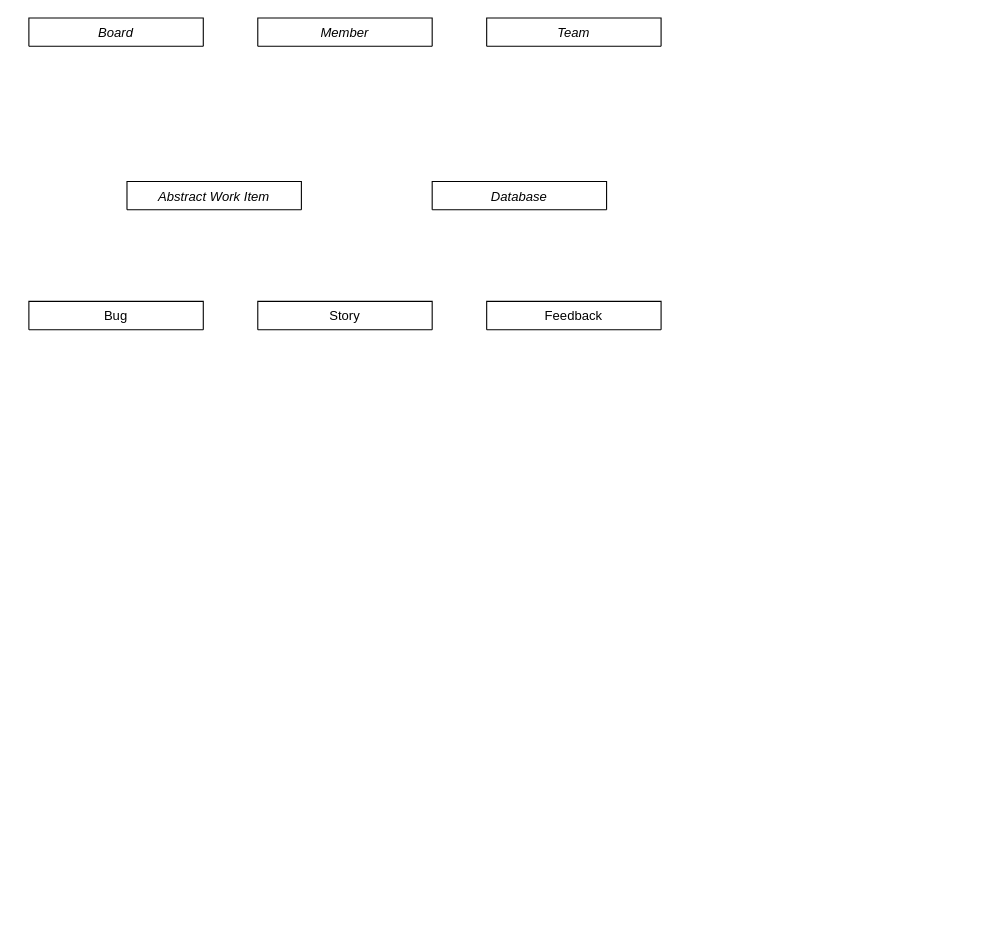
vixbg/WMI14 keeps this draw.io diagram as Calss Diagram/WMI14_models.drawio. Above is the earlier version. Source tidied: cells renumbered, new cells numbered last; positions are measured from the earlier drawing's top-left corner, leaving out a move shared by most shapes. Both pictures are drawn from the tidied source at 109%, with x=0, y=0 at pixel (28, 17).
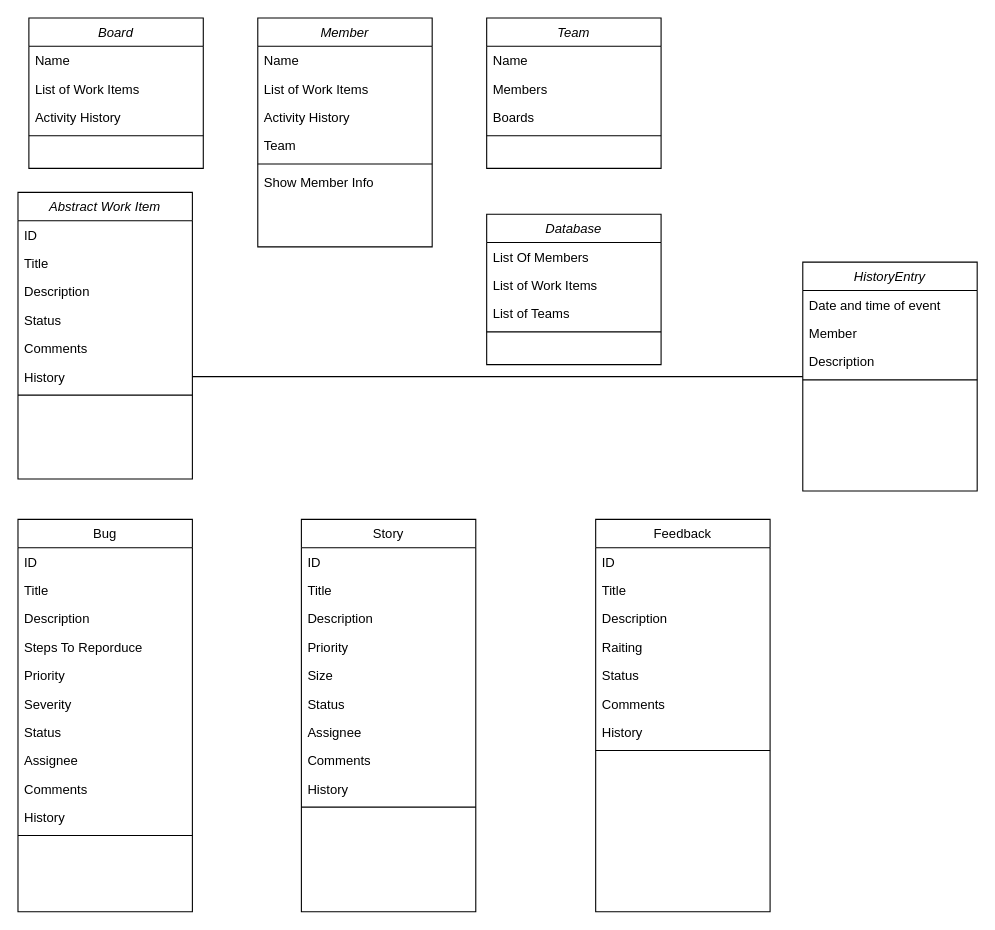
The same page after the edit.

What changed in the source:
```diff
@@
-    <mxCell id="2" value="Team" style="swimlane;fontStyle=2;align=center;verticalAlign=top;horizontal=1;startSize=26;rounded=0;shadow=0;strokeWidth=1;" parent="1" vertex="1" collapsed="1">
-      <mxGeometry x="420" width="160" height="26" as="geometry" />
+    <mxCell id="2" value="Team" style="swimlane;fontStyle=2;align=center;verticalAlign=top;horizontal=1;startSize=26;rounded=0;shadow=0;strokeWidth=1;" parent="1" vertex="1">
+      <mxGeometry x="420" width="160" height="138" as="geometry" />
     </mxCell>
+    <mxCell id="10" value="Name" style="text;align=left;verticalAlign=top;spacingLeft=4;spacingRight=4;overflow=hidden;" parent="2" vertex="1">
+      <mxGeometry y="26" width="160" height="26" as="geometry" />
+    </mxCell>
+    <mxCell id="11" value="Members" style="text;align=left;verticalAlign=top;spacingLeft=4;spacingRight=4;overflow=hidden;rounded=0;shadow=0;html=0;" parent="2" vertex="1">
+      <mxGeometry y="52" width="160" height="26" as="geometry" />
+    </mxCell>
+    <mxCell id="12" value="Boards" style="text;align=left;verticalAlign=top;spacingLeft=4;spacingRight=4;overflow=hidden;rounded=0;shadow=0;html=0;" parent="2" vertex="1">
+      <mxGeometry y="78" width="160" height="26" as="geometry" />
+    </mxCell>
+    <mxCell id="13" style="line;html=1;strokeWidth=1;align=left;verticalAlign=middle;spacingTop=-1;spacingLeft=3;spacingRight=3;labelPosition=right;" parent="2" vertex="1">
+      <mxGeometry y="104" width="160" height="8" as="geometry" />
+    </mxCell>
-    <mxCell id="3" value="Bug" style="swimlane;fontStyle=0;align=center;verticalAlign=top;horizontal=1;startSize=26;rounded=0;shadow=0;strokeWidth=1;" parent="1" vertex="1" collapsed="1">
-      <mxGeometry y="260" width="160" height="26" as="geometry" />
+    <mxCell id="3" value="Bug" style="swimlane;fontStyle=0;align=center;verticalAlign=top;horizontal=1;startSize=26;rounded=0;shadow=0;strokeWidth=1;" parent="1" vertex="1">
+      <mxGeometry x="-10" y="460" width="160" height="360" as="geometry" />
     </mxCell>
+    <mxCell id="14" value="ID" style="text;align=left;verticalAlign=top;spacingLeft=4;spacingRight=4;overflow=hidden;" parent="3" vertex="1">
+      <mxGeometry y="26" width="160" height="26" as="geometry" />
+    </mxCell>
+    <mxCell id="15" value="Title" style="text;align=left;verticalAlign=top;spacingLeft=4;spacingRight=4;overflow=hidden;rounded=0;shadow=0;html=0;" parent="3" vertex="1">
+      <mxGeometry y="52" width="160" height="26" as="geometry" />
+    </mxCell>
+    <mxCell id="16" value="Description" style="text;align=left;verticalAlign=top;spacingLeft=4;spacingRight=4;overflow=hidden;rounded=0;shadow=0;html=0;" parent="3" vertex="1">
+      <mxGeometry y="78" width="160" height="26" as="geometry" />
+    </mxCell>
+    <mxCell id="17" value="Steps To Reporduce" style="text;align=left;verticalAlign=top;spacingLeft=4;spacingRight=4;overflow=hidden;rounded=0;shadow=0;html=0;" parent="3" vertex="1">
+      <mxGeometry y="104" width="160" height="26" as="geometry" />
+    </mxCell>
+    <mxCell id="18" value="Priority" style="text;align=left;verticalAlign=top;spacingLeft=4;spacingRight=4;overflow=hidden;rounded=0;shadow=0;html=0;" parent="3" vertex="1">
+      <mxGeometry y="130" width="160" height="26" as="geometry" />
+    </mxCell>
+    <mxCell id="19" value="Severity" style="text;align=left;verticalAlign=top;spacingLeft=4;spacingRight=4;overflow=hidden;" parent="3" vertex="1">
+      <mxGeometry y="156" width="160" height="26" as="geometry" />
+    </mxCell>
+    <mxCell id="20" value="Status" style="text;align=left;verticalAlign=top;spacingLeft=4;spacingRight=4;overflow=hidden;" parent="3" vertex="1">
+      <mxGeometry y="182" width="160" height="26" as="geometry" />
+    </mxCell>
+    <mxCell id="21" value="Assignee" style="text;align=left;verticalAlign=top;spacingLeft=4;spacingRight=4;overflow=hidden;" parent="3" vertex="1">
+      <mxGeometry y="208" width="160" height="26" as="geometry" />
+    </mxCell>
+    <mxCell id="22" value="Comments" style="text;align=left;verticalAlign=top;spacingLeft=4;spacingRight=4;overflow=hidden;" parent="3" vertex="1">
+      <mxGeometry y="234" width="160" height="26" as="geometry" />
+    </mxCell>
+    <mxCell id="23" value="History" style="text;align=left;verticalAlign=top;spacingLeft=4;spacingRight=4;overflow=hidden;" parent="3" vertex="1">
+      <mxGeometry y="260" width="160" height="26" as="geometry" />
+    </mxCell>
+    <mxCell id="24" style="line;html=1;strokeWidth=1;align=left;verticalAlign=middle;spacingTop=-1;spacingLeft=3;spacingRight=3;labelPosition=right;" parent="3" vertex="1">
+      <mxGeometry y="286" width="160" height="8" as="geometry" />
+    </mxCell>
-    <mxCell id="4" value="Story" style="swimlane;fontStyle=0;align=center;verticalAlign=top;horizontal=1;startSize=26;rounded=0;shadow=0;strokeWidth=1;" parent="1" vertex="1" collapsed="1">
-      <mxGeometry x="210" y="260" width="160" height="26" as="geometry" />
+    <mxCell id="4" value="Story" style="swimlane;fontStyle=0;align=center;verticalAlign=top;horizontal=1;startSize=26;rounded=0;shadow=0;strokeWidth=1;" parent="1" vertex="1">
+      <mxGeometry x="250" y="460" width="160" height="360" as="geometry" />
     </mxCell>
+    <mxCell id="25" value="ID" style="text;align=left;verticalAlign=top;spacingLeft=4;spacingRight=4;overflow=hidden;" parent="4" vertex="1">
+      <mxGeometry y="26" width="160" height="26" as="geometry" />
+    </mxCell>
+    <mxCell id="26" value="Title" style="text;align=left;verticalAlign=top;spacingLeft=4;spacingRight=4;overflow=hidden;rounded=0;shadow=0;html=0;" parent="4" vertex="1">
+      <mxGeometry y="52" width="160" height="26" as="geometry" />
+    </mxCell>
+    <mxCell id="27" value="Description" style="text;align=left;verticalAlign=top;spacingLeft=4;spacingRight=4;overflow=hidden;rounded=0;shadow=0;html=0;" parent="4" vertex="1">
+      <mxGeometry y="78" width="160" height="26" as="geometry" />
+    </mxCell>
+    <mxCell id="28" value="Priority" style="text;align=left;verticalAlign=top;spacingLeft=4;spacingRight=4;overflow=hidden;rounded=0;shadow=0;html=0;" parent="4" vertex="1">
+      <mxGeometry y="104" width="160" height="26" as="geometry" />
+    </mxCell>
+    <mxCell id="29" value="Size" style="text;align=left;verticalAlign=top;spacingLeft=4;spacingRight=4;overflow=hidden;rounded=0;shadow=0;html=0;" parent="4" vertex="1">
+      <mxGeometry y="130" width="160" height="26" as="geometry" />
+    </mxCell>
+    <mxCell id="30" value="Status" style="text;align=left;verticalAlign=top;spacingLeft=4;spacingRight=4;overflow=hidden;" parent="4" vertex="1">
+      <mxGeometry y="156" width="160" height="26" as="geometry" />
+    </mxCell>
+    <mxCell id="31" value="Assignee" style="text;align=left;verticalAlign=top;spacingLeft=4;spacingRight=4;overflow=hidden;" parent="4" vertex="1">
+      <mxGeometry y="182" width="160" height="26" as="geometry" />
+    </mxCell>
+    <mxCell id="32" value="Comments" style="text;align=left;verticalAlign=top;spacingLeft=4;spacingRight=4;overflow=hidden;" parent="4" vertex="1">
+      <mxGeometry y="208" width="160" height="26" as="geometry" />
+    </mxCell>
+    <mxCell id="33" value="History" style="text;align=left;verticalAlign=top;spacingLeft=4;spacingRight=4;overflow=hidden;" parent="4" vertex="1">
+      <mxGeometry y="234" width="160" height="26" as="geometry" />
+    </mxCell>
+    <mxCell id="34" style="line;html=1;strokeWidth=1;align=left;verticalAlign=middle;spacingTop=-1;spacingLeft=3;spacingRight=3;labelPosition=right;" parent="4" vertex="1">
+      <mxGeometry y="260" width="160" height="8" as="geometry" />
+    </mxCell>
-    <mxCell id="5" value="Feedback" style="swimlane;fontStyle=0;align=center;verticalAlign=top;horizontal=1;startSize=26;rounded=0;shadow=0;strokeWidth=1;" parent="1" vertex="1" collapsed="1">
-      <mxGeometry x="420" y="260" width="160" height="26" as="geometry" />
+    <mxCell id="5" value="Feedback" style="swimlane;fontStyle=0;align=center;verticalAlign=top;horizontal=1;startSize=26;rounded=0;shadow=0;strokeWidth=1;" parent="1" vertex="1">
+      <mxGeometry x="520" y="460" width="160" height="360" as="geometry" />
     </mxCell>
+    <mxCell id="35" value="ID" style="text;align=left;verticalAlign=top;spacingLeft=4;spacingRight=4;overflow=hidden;" parent="5" vertex="1">
+      <mxGeometry y="26" width="160" height="26" as="geometry" />
+    </mxCell>
+    <mxCell id="36" value="Title" style="text;align=left;verticalAlign=top;spacingLeft=4;spacingRight=4;overflow=hidden;rounded=0;shadow=0;html=0;" parent="5" vertex="1">
+      <mxGeometry y="52" width="160" height="26" as="geometry" />
+    </mxCell>
+    <mxCell id="37" value="Description" style="text;align=left;verticalAlign=top;spacingLeft=4;spacingRight=4;overflow=hidden;rounded=0;shadow=0;html=0;" parent="5" vertex="1">
+      <mxGeometry y="78" width="160" height="26" as="geometry" />
+    </mxCell>
+    <mxCell id="38" value="Raiting" style="text;align=left;verticalAlign=top;spacingLeft=4;spacingRight=4;overflow=hidden;rounded=0;shadow=0;html=0;" parent="5" vertex="1">
+      <mxGeometry y="104" width="160" height="26" as="geometry" />
+    </mxCell>
+    <mxCell id="39" value="Status" style="text;align=left;verticalAlign=top;spacingLeft=4;spacingRight=4;overflow=hidden;" parent="5" vertex="1">
+      <mxGeometry y="130" width="160" height="26" as="geometry" />
+    </mxCell>
+    <mxCell id="40" value="Comments" style="text;align=left;verticalAlign=top;spacingLeft=4;spacingRight=4;overflow=hidden;" parent="5" vertex="1">
+      <mxGeometry y="156" width="160" height="26" as="geometry" />
+    </mxCell>
+    <mxCell id="41" value="History" style="text;align=left;verticalAlign=top;spacingLeft=4;spacingRight=4;overflow=hidden;" parent="5" vertex="1">
+      <mxGeometry y="182" width="160" height="26" as="geometry" />
+    </mxCell>
+    <mxCell id="42" style="line;html=1;strokeWidth=1;align=left;verticalAlign=middle;spacingTop=-1;spacingLeft=3;spacingRight=3;labelPosition=right;" parent="5" vertex="1">
+      <mxGeometry y="208" width="160" height="8" as="geometry" />
+    </mxCell>
-    <mxCell id="6" value="Member" style="swimlane;fontStyle=2;align=center;verticalAlign=top;horizontal=1;startSize=26;rounded=0;shadow=0;strokeWidth=1;" parent="1" vertex="1" collapsed="1">
-      <mxGeometry x="210" width="160" height="26" as="geometry" />
+    <mxCell id="6" value="Member" style="swimlane;fontStyle=2;align=center;verticalAlign=top;horizontal=1;startSize=26;rounded=0;shadow=0;strokeWidth=1;" parent="1" vertex="1">
+      <mxGeometry x="210" width="160" height="210" as="geometry" />
     </mxCell>
+    <mxCell id="43" value="Name" style="text;align=left;verticalAlign=top;spacingLeft=4;spacingRight=4;overflow=hidden;" parent="6" vertex="1">
+      <mxGeometry y="26" width="160" height="26" as="geometry" />
+    </mxCell>
+    <mxCell id="44" value="List of Work Items" style="text;align=left;verticalAlign=top;spacingLeft=4;spacingRight=4;overflow=hidden;rounded=0;shadow=0;html=0;" parent="6" vertex="1">
+      <mxGeometry y="52" width="160" height="26" as="geometry" />
+    </mxCell>
+    <mxCell id="45" value="Activity History" style="text;align=left;verticalAlign=top;spacingLeft=4;spacingRight=4;overflow=hidden;rounded=0;shadow=0;html=0;" parent="6" vertex="1">
+      <mxGeometry y="78" width="160" height="26" as="geometry" />
+    </mxCell>
+    <mxCell id="46" value="Team" style="text;align=left;verticalAlign=top;spacingLeft=4;spacingRight=4;overflow=hidden;rounded=0;shadow=0;html=0;" parent="6" vertex="1">
+      <mxGeometry y="104" width="160" height="26" as="geometry" />
+    </mxCell>
+    <mxCell id="47" style="line;html=1;strokeWidth=1;align=left;verticalAlign=middle;spacingTop=-1;spacingLeft=3;spacingRight=3;labelPosition=right;" parent="6" vertex="1">
+      <mxGeometry y="130" width="160" height="8" as="geometry" />
+    </mxCell>
+    <mxCell id="48" value="Show Member Info" style="text;align=left;verticalAlign=top;spacingLeft=4;spacingRight=4;overflow=hidden;" parent="6" vertex="1">
+      <mxGeometry y="138" width="160" height="26" as="geometry" />
+    </mxCell>
-    <mxCell id="7" value="Board" style="swimlane;fontStyle=2;align=center;verticalAlign=top;horizontal=1;startSize=26;rounded=0;shadow=0;strokeWidth=1;" parent="1" vertex="1" collapsed="1">
-      <mxGeometry width="160" height="26" as="geometry" />
+    <mxCell id="7" value="Board" style="swimlane;fontStyle=2;align=center;verticalAlign=top;horizontal=1;startSize=26;rounded=0;shadow=0;strokeWidth=1;" parent="1" vertex="1">
+      <mxGeometry width="160" height="138" as="geometry" />
     </mxCell>
+    <mxCell id="49" value="Name" style="text;align=left;verticalAlign=top;spacingLeft=4;spacingRight=4;overflow=hidden;" parent="7" vertex="1">
+      <mxGeometry y="26" width="160" height="26" as="geometry" />
+    </mxCell>
+    <mxCell id="50" value="List of Work Items" style="text;align=left;verticalAlign=top;spacingLeft=4;spacingRight=4;overflow=hidden;rounded=0;shadow=0;html=0;" parent="7" vertex="1">
+      <mxGeometry y="52" width="160" height="26" as="geometry" />
+    </mxCell>
+    <mxCell id="51" value="Activity History" style="text;align=left;verticalAlign=top;spacingLeft=4;spacingRight=4;overflow=hidden;rounded=0;shadow=0;html=0;" parent="7" vertex="1">
+      <mxGeometry y="78" width="160" height="26" as="geometry" />
+    </mxCell>
+    <mxCell id="52" style="line;html=1;strokeWidth=1;align=left;verticalAlign=middle;spacingTop=-1;spacingLeft=3;spacingRight=3;labelPosition=right;" parent="7" vertex="1">
+      <mxGeometry y="104" width="160" height="8" as="geometry" />
+    </mxCell>
-    <mxCell id="8" value="Abstract Work Item" style="swimlane;fontStyle=2;align=center;verticalAlign=top;horizontal=1;startSize=26;rounded=0;shadow=0;strokeWidth=1;" parent="1" vertex="1" collapsed="1">
-      <mxGeometry x="90" y="150" width="160" height="26" as="geometry" />
+    <mxCell id="8" value="Abstract Work Item" style="swimlane;fontStyle=2;align=center;verticalAlign=top;horizontal=1;startSize=26;rounded=0;shadow=0;strokeWidth=1;" parent="1" vertex="1">
+      <mxGeometry x="-10" y="160" width="160" height="263" as="geometry" />
     </mxCell>
+    <mxCell id="53" value="ID" style="text;align=left;verticalAlign=top;spacingLeft=4;spacingRight=4;overflow=hidden;" parent="8" vertex="1">
+      <mxGeometry y="26" width="160" height="26" as="geometry" />
+    </mxCell>
+    <mxCell id="54" value="Title" style="text;align=left;verticalAlign=top;spacingLeft=4;spacingRight=4;overflow=hidden;rounded=0;shadow=0;html=0;" parent="8" vertex="1">
+      <mxGeometry y="52" width="160" height="26" as="geometry" />
+    </mxCell>
+    <mxCell id="55" value="Description" style="text;align=left;verticalAlign=top;spacingLeft=4;spacingRight=4;overflow=hidden;rounded=0;shadow=0;html=0;" parent="8" vertex="1">
+      <mxGeometry y="78" width="160" height="26" as="geometry" />
+    </mxCell>
+    <mxCell id="56" value="Status" style="text;align=left;verticalAlign=top;spacingLeft=4;spacingRight=4;overflow=hidden;" parent="8" vertex="1">
+      <mxGeometry y="104" width="160" height="26" as="geometry" />
+    </mxCell>
+    <mxCell id="57" value="Comments" style="text;align=left;verticalAlign=top;spacingLeft=4;spacingRight=4;overflow=hidden;" parent="8" vertex="1">
+      <mxGeometry y="130" width="160" height="26" as="geometry" />
+    </mxCell>
+    <mxCell id="58" value="History" style="text;align=left;verticalAlign=top;spacingLeft=4;spacingRight=4;overflow=hidden;points=[[0,0.5],[1,0.5]];portConstraint=eastwest;" parent="8" vertex="1">
+      <mxGeometry y="156" width="160" height="26" as="geometry" />
+    </mxCell>
+    <mxCell id="59" style="line;html=1;strokeWidth=1;align=left;verticalAlign=middle;spacingTop=-1;spacingLeft=3;spacingRight=3;labelPosition=right;" parent="8" vertex="1">
+      <mxGeometry y="182" width="160" height="8" as="geometry" />
+    </mxCell>
-    <mxCell id="9" value="Database" style="swimlane;fontStyle=2;align=center;verticalAlign=top;horizontal=1;startSize=26;rounded=0;shadow=0;strokeWidth=1;" parent="1" vertex="1" collapsed="1">
-      <mxGeometry x="370" y="150" width="160" height="26" as="geometry" />
+    <mxCell id="9" value="Database" style="swimlane;fontStyle=2;align=center;verticalAlign=top;horizontal=1;startSize=26;rounded=0;shadow=0;strokeWidth=1;" parent="1" vertex="1">
+      <mxGeometry x="420" y="180" width="160" height="138" as="geometry" />
     </mxCell>
+    <mxCell id="60" value="List Of Members" style="text;align=left;verticalAlign=top;spacingLeft=4;spacingRight=4;overflow=hidden;" parent="9" vertex="1">
+      <mxGeometry y="26" width="160" height="26" as="geometry" />
+    </mxCell>
+    <mxCell id="61" value="List of Work Items" style="text;align=left;verticalAlign=top;spacingLeft=4;spacingRight=4;overflow=hidden;rounded=0;shadow=0;html=0;" parent="9" vertex="1">
+      <mxGeometry y="52" width="160" height="26" as="geometry" />
+    </mxCell>
+    <mxCell id="62" value="List of Teams" style="text;align=left;verticalAlign=top;spacingLeft=4;spacingRight=4;overflow=hidden;rounded=0;shadow=0;html=0;" parent="9" vertex="1">
+      <mxGeometry y="78" width="160" height="26" as="geometry" />
+    </mxCell>
+    <mxCell id="63" style="line;html=1;strokeWidth=1;align=left;verticalAlign=middle;spacingTop=-1;spacingLeft=3;spacingRight=3;labelPosition=right;" parent="9" vertex="1">
+      <mxGeometry y="104" width="160" height="8" as="geometry" />
+    </mxCell>
+    <mxCell id="64" value="HistoryEntry" style="swimlane;fontStyle=2;align=center;verticalAlign=top;horizontal=1;startSize=26;rounded=0;shadow=0;strokeWidth=1;" parent="1" vertex="1">
+      <mxGeometry x="710" y="224" width="160" height="210" as="geometry" />
+    </mxCell>
+    <mxCell id="65" value="Date and time of event" style="text;align=left;verticalAlign=top;spacingLeft=4;spacingRight=4;overflow=hidden;" parent="64" vertex="1">
+      <mxGeometry y="26" width="160" height="26" as="geometry" />
+    </mxCell>
+    <mxCell id="66" value="Member" style="text;align=left;verticalAlign=top;spacingLeft=4;spacingRight=4;overflow=hidden;rounded=0;shadow=0;html=0;" parent="64" vertex="1">
+      <mxGeometry y="52" width="160" height="26" as="geometry" />
+    </mxCell>
+    <mxCell id="67" value="Description" style="text;align=left;verticalAlign=top;spacingLeft=4;spacingRight=4;overflow=hidden;rounded=0;shadow=0;html=0;" parent="64" vertex="1">
+      <mxGeometry y="78" width="160" height="26" as="geometry" />
+    </mxCell>
+    <mxCell id="68" style="line;html=1;strokeWidth=1;align=left;verticalAlign=middle;spacingTop=-1;spacingLeft=3;spacingRight=3;labelPosition=right;" parent="64" vertex="1">
+      <mxGeometry y="104" width="160" height="8" as="geometry" />
+    </mxCell>
+    <mxCell id="69" style="endArrow=none;html=1;" parent="1" edge="1" source="58" target="64">
+      <mxGeometry relative="1" as="geometry" />
+    </mxCell>
```
